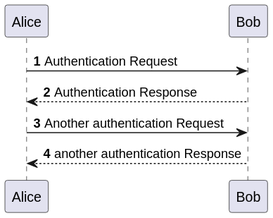
MiguelCardoso77/LAPR4 keeps this PlantUML diagram as docs/SprintC/1-job-interviews-evaluation/sequence-diagram.svg. Above is the earlier version. The source it was exported from:
```plantuml
@startuml

autonumber

Alice -> Bob: Authentication Request
Bob --> Alice: Authentication Response

Alice -> Bob: Another authentication Request
Alice <-- Bob: another authentication Response
@enduml
```
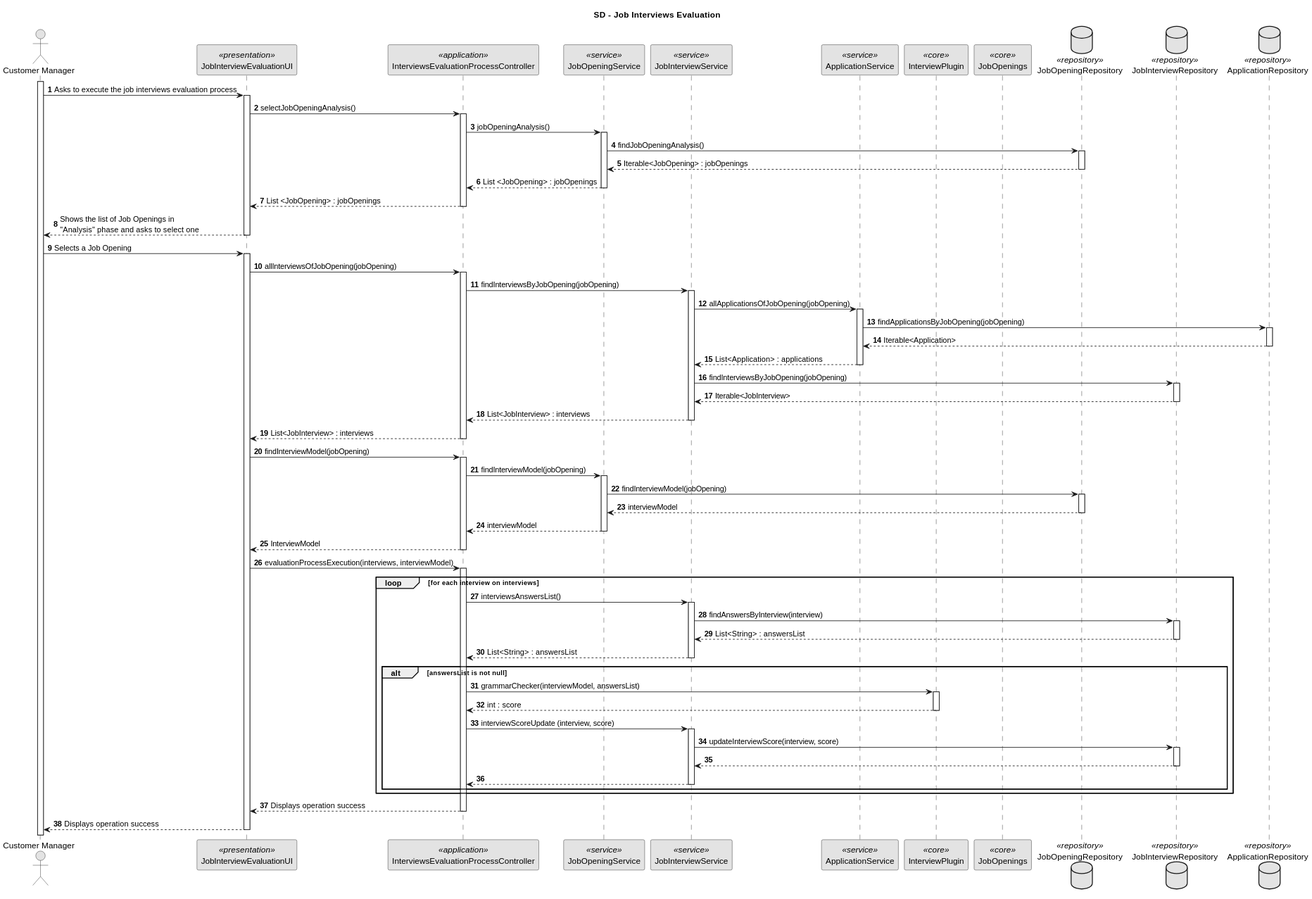
Above is the later version.

Change to the diagram source:
```diff
@@ -1,10 +1,189 @@
 @startuml
+skinparam monochrome true
+skinparam packageStyle rectangle
+skinparam shadowing false
 
 autonumber
 
-Alice -> Bob: Authentication Request
-Bob --> Alice: Authentication Response
+title SD - Job Interviews Evaluation
 
-Alice -> Bob: Another authentication Request
-Alice <-- Bob: another authentication Response
+
+actor "Customer Manager" as CM
+
+participant JobInterviewEvaluationUI <<presentation>>
+
+participant InterviewsEvaluationProcessController <<application>>
+
+participant JobOpeningService <<service>>
+participant JobInterviewService <<service>>
+participant ApplicationService <<service>>
+
+participant InterviewPlugin <<core>>
+participant JobOpenings <<core>>
+
+database JobOpeningRepository <<repository>>
+database JobInterviewRepository <<repository>>
+database ApplicationRepository <<repository>>
+
+activate CM
+
+CM -> JobInterviewEvaluationUI : Asks to execute the job interviews evaluation process
+
+activate JobInterviewEvaluationUI
+
+JobInterviewEvaluationUI -> InterviewsEvaluationProcessController : selectJobOpeningAnalysis()
+
+activate InterviewsEvaluationProcessController
+
+InterviewsEvaluationProcessController -> JobOpeningService : jobOpeningAnalysis()
+
+activate JobOpeningService
+
+JobOpeningService -> JobOpeningRepository : findJobOpeningAnalysis()
+
+activate JobOpeningRepository
+
+JobOpeningRepository --> JobOpeningService : Iterable<JobOpening> : jobOpenings
+
+deactivate JobOpeningRepository
+
+JobOpeningService --> InterviewsEvaluationProcessController : List <JobOpening> : jobOpenings
+
+deactivate JobOpeningService
+
+InterviewsEvaluationProcessController --> JobInterviewEvaluationUI : List <JobOpening> : jobOpenings
+
+deactivate InterviewsEvaluationProcessController
+
+JobInterviewEvaluationUI --> CM : Shows the list of Job Openings in \n"Analysis" phase and asks to select one
+
+deactivate JobInterviewEvaluationUI
+
+CM -> JobInterviewEvaluationUI : Selects a Job Opening
+
+activate JobInterviewEvaluationUI
+
+JobInterviewEvaluationUI -> InterviewsEvaluationProcessController : allInterviewsOfJobOpening(jobOpening)
+
+activate InterviewsEvaluationProcessController
+
+InterviewsEvaluationProcessController -> JobInterviewService : findInterviewsByJobOpening(jobOpening)
+
+activate JobInterviewService
+
+JobInterviewService -> ApplicationService : allApplicationsOfJobOpening(jobOpening)
+
+activate ApplicationService
+
+ApplicationService -> ApplicationRepository : findApplicationsByJobOpening(jobOpening)
+
+activate ApplicationRepository
+
+ApplicationRepository --> ApplicationService : Iterable<Application>
+
+deactivate ApplicationRepository
+
+ApplicationService --> JobInterviewService : List<Application> : applications
+
+deactivate ApplicationService
+
+JobInterviewService -> JobInterviewRepository : findInterviewsByJobOpening(jobOpening)
+
+activate JobInterviewRepository
+
+JobInterviewRepository --> JobInterviewService : Iterable<JobInterview>
+
+deactivate JobInterviewRepository
+
+JobInterviewService --> InterviewsEvaluationProcessController : List<JobInterview> : interviews
+
+deactivate JobInterviewService
+
+InterviewsEvaluationProcessController --> JobInterviewEvaluationUI : List<JobInterview> : interviews
+
+deactivate InterviewsEvaluationProcessController
+
+JobInterviewEvaluationUI -> InterviewsEvaluationProcessController : findInterviewModel(jobOpening)
+
+activate InterviewsEvaluationProcessController
+
+InterviewsEvaluationProcessController -> JobOpeningService : findInterviewModel(jobOpening)
+
+activate JobOpeningService
+
+JobOpeningService -> JobOpeningRepository : findInterviewModel(jobOpening)
+
+activate JobOpeningRepository
+
+JobOpeningRepository --> JobOpeningService : interviewModel
+
+deactivate JobOpeningRepository
+
+JobOpeningService --> InterviewsEvaluationProcessController : interviewModel
+
+deactivate JobOpeningService
+
+InterviewsEvaluationProcessController --> JobInterviewEvaluationUI : InterviewModel
+
+deactivate InterviewsEvaluationProcessController
+
+JobInterviewEvaluationUI -> InterviewsEvaluationProcessController : evaluationProcessExecution(interviews, interviewModel)
+
+activate InterviewsEvaluationProcessController
+
+loop for each interview on interviews
+
+    InterviewsEvaluationProcessController -> JobInterviewService : interviewsAnswersList()
+
+    activate JobInterviewService
+
+    JobInterviewService -> JobInterviewRepository : findAnswersByInterview(interview)
+
+    activate JobInterviewRepository
+
+    JobInterviewRepository --> JobInterviewService : List<String> : answersList
+
+    deactivate JobInterviewRepository
+
+    JobInterviewService --> InterviewsEvaluationProcessController : List<String> : answersList
+
+    deactivate JobInterviewService
+
+    alt answersList is not null
+
+        InterviewsEvaluationProcessController -> InterviewPlugin : grammarChecker(interviewModel, answersList)
+
+        activate InterviewPlugin
+
+        InterviewPlugin --> InterviewsEvaluationProcessController : int : score
+
+        deactivate InterviewPlugin
+
+        InterviewsEvaluationProcessController -> JobInterviewService : interviewScoreUpdate (interview, score)
+
+        activate JobInterviewService
+
+        JobInterviewService -> JobInterviewRepository : updateInterviewScore(interview, score)
+
+        activate JobInterviewRepository
+
+        JobInterviewRepository --> JobInterviewService
+
+        deactivate JobInterviewRepository
+
+        JobInterviewService --> InterviewsEvaluationProcessController
+
+        deactivate JobInterviewService
+
+end
+
+end
+
+InterviewsEvaluationProcessController --> JobInterviewEvaluationUI : Displays operation success
+
+deactivate InterviewsEvaluationProcessController
+
+JobInterviewEvaluationUI --> CM : Displays operation success
+
+deactivate JobInterviewEvaluationUI
 @enduml
```
